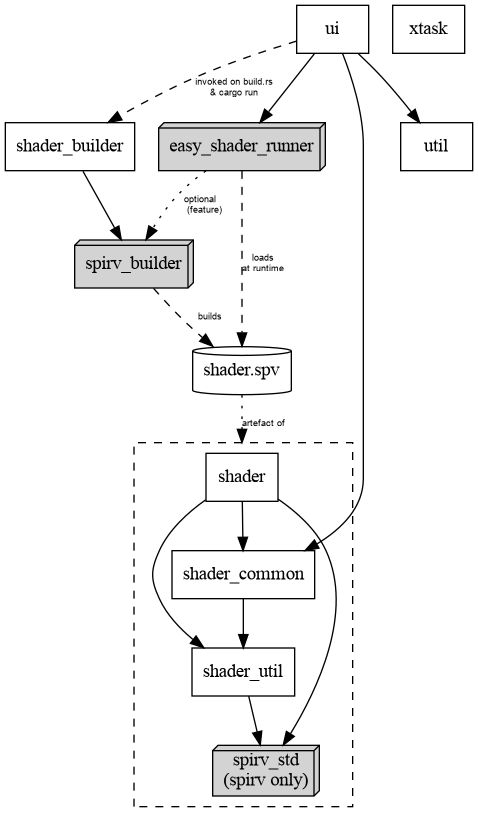
crazyscot/brot3 keeps this Graphviz diagram as workspace-structure.png. Above is the earlier version. Its source is kept beside it as workspace-structure.dot.
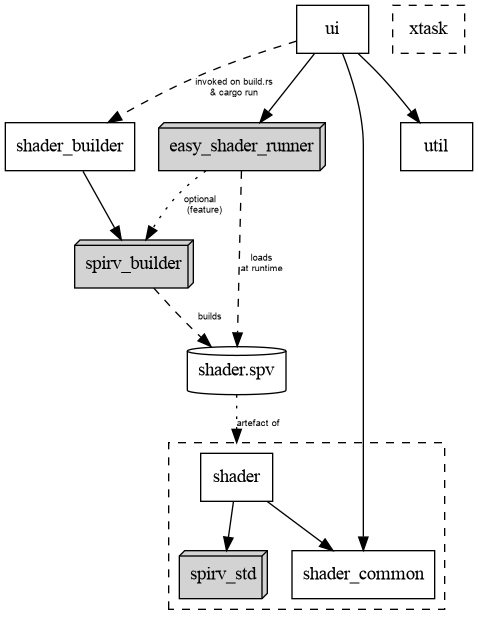
After the change.

The edit, as a diff of the source:
```diff
@@ -2,57 +2,41 @@
     compound = true;
     node [shape = box;];
 
-
     ui;
     shader;
     shader_builder;
-    xtask;
+    xtask [style = dashed;];
     shader_common;
-    shader_util;
     shader_spv [shape = cylinder;label = "shader.spv";];
     util;
     node [shape = box3d; style = filled;];
     edge [fontname = "arial"; fontsize = 7;];
     spirv_builder;
     easy_shader_runner;
-    spirv_std [label = "spirv_std\n(spirv only)";];
-    # egui;
+    spirv_std [label = "spirv_std";];
     shader_spv;
     subgraph cluster_shader_ {
         style = dashed;
         shader;
         shader_common;
-        shader_util;
         spirv_std;
     }
 
-
     ui -> shader_common;
-    # ui -> shader_util;
-    # ui -> egui;
     ui -> easy_shader_runner;
     ui -> util;
-
 
     shader_spv -> shader [style = dotted; label = "artefact of"; lhead = cluster_shader_;];
 
     shader -> spirv_std;
     shader -> shader_common;
-    shader -> shader_util;
 
     shader_builder -> spirv_builder;
 
-    shader_common -> shader_util;
-
-    shader_util -> spirv_std;
-
-    # easy_shader_runner -> egui;
     easy_shader_runner -> spirv_builder [style = dotted; label = "optional\n   (feature)";];
 
     ui -> shader_builder [style = dashed; label = "invoked on build.rs\n& cargo run";];
 
-    # ui -> shader_spv [style = dotted; label = "runtime refs";];
-    # spirv_builder -> shader [style = dotted; label = "compiles\n(maybe at runtime)"; lhead = cluster_shader_;];
     spirv_builder -> shader_spv [style = dashed; label = "    builds";];
     easy_shader_runner -> shader_spv [style = dashed; label = "loads\nat runtime";];
 }
```
